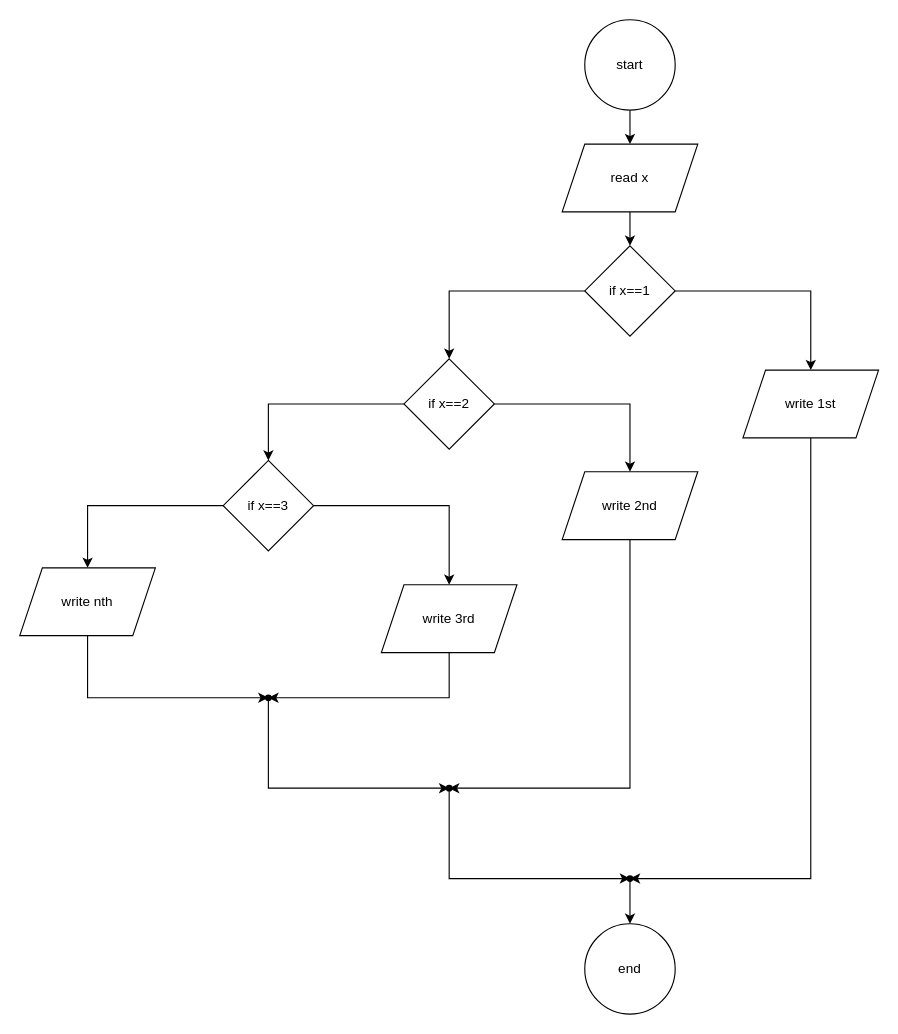
Before: lezione_3/FlowCharts/mariokart.drawio in Diego-Laghetti/its-python, a draw.io diagram. Source tidied: cells renumbered, new cells numbered last; positions are measured from the earlier drawing's top-left corner, leaving out a move shared by most shapes. Both pictures are drawn from the tidied source at 113%, with x=0, y=0 at pixel (19, 19).
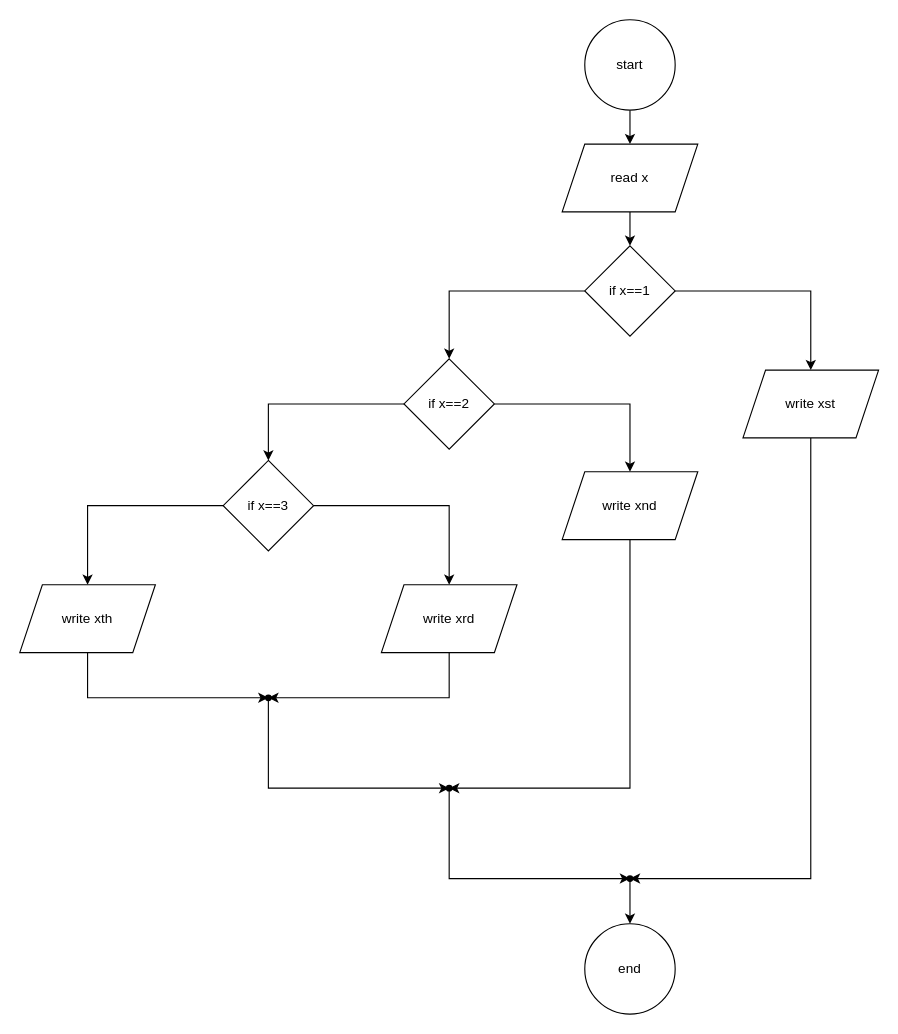
After the change.

The edit, as a diff of the source:
```diff
@@
-    <mxCell id="9" value="write 1st" style="shape=parallelogram;perimeter=parallelogramPerimeter;whiteSpace=wrap;html=1;fixedSize=1;" parent="1" vertex="1">
+    <mxCell id="9" value="write xst" style="shape=parallelogram;perimeter=parallelogramPerimeter;whiteSpace=wrap;html=1;fixedSize=1;" parent="1" vertex="1">
       <mxGeometry x="640" y="310" width="120" height="60" as="geometry" />
     </mxCell>
@@
-    <mxCell id="13" value="write 2nd" style="shape=parallelogram;perimeter=parallelogramPerimeter;whiteSpace=wrap;html=1;fixedSize=1;" parent="1" vertex="1">
+    <mxCell id="13" value="write xnd" style="shape=parallelogram;perimeter=parallelogramPerimeter;whiteSpace=wrap;html=1;fixedSize=1;" parent="1" vertex="1">
       <mxGeometry x="480" y="400" width="120" height="60" as="geometry" />
     </mxCell>
@@
-    <mxCell id="18" value="write 3rd" style="shape=parallelogram;perimeter=parallelogramPerimeter;whiteSpace=wrap;html=1;fixedSize=1;" parent="1" vertex="1">
+    <mxCell id="18" value="write xrd" style="shape=parallelogram;perimeter=parallelogramPerimeter;whiteSpace=wrap;html=1;fixedSize=1;" parent="1" vertex="1">
       <mxGeometry x="320" y="500" width="120" height="60" as="geometry" />
     </mxCell>
@@
-    <mxCell id="20" value="write nth" style="shape=parallelogram;perimeter=parallelogramPerimeter;whiteSpace=wrap;html=1;fixedSize=1;" parent="1" vertex="1">
-      <mxGeometry y="485" width="120" height="60" as="geometry" />
+    <mxCell id="20" value="write xth" style="shape=parallelogram;perimeter=parallelogramPerimeter;whiteSpace=wrap;html=1;fixedSize=1;" parent="1" vertex="1">
+      <mxGeometry y="500" width="120" height="60" as="geometry" />
     </mxCell>
```
